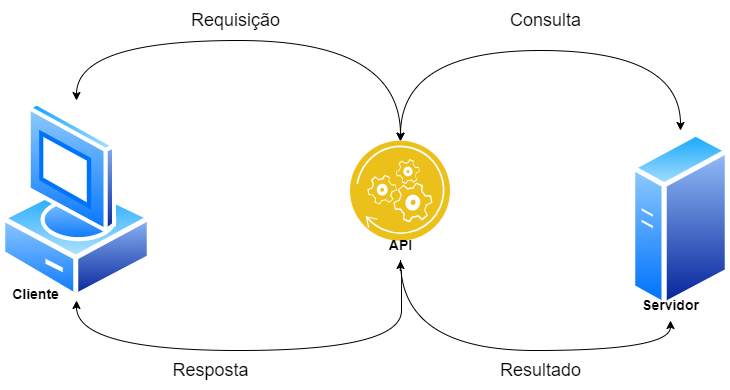
Above: API.png in Kelvin-de-Oliveira/Tarefas-CS (draw.io), before the change. Source tidied: cells renumbered, new cells last; positions are measured from the earlier drawing's top-left corner, leaving out a move shared by most shapes. Its diagram source:
```xml
<mxGraphModel>
  <root>
    <mxCell id="0" />
    <mxCell id="1" parent="0" />
    <mxCell id="2" style="image;perimeter=ellipsePerimeter;html=1;align=center;shadow=0;dashed=0;spacingTop=3;image=img/lib/active_directory/vista_client.svg;" parent="1" vertex="1">
      <mxGeometry y="100" width="152" height="200" as="geometry" />
    </mxCell>
    <mxCell id="3" style="image;perimeter=ellipsePerimeter;html=1;align=center;shadow=0;dashed=0;spacingTop=3;image=img/lib/active_directory/generic_server.svg;" parent="1" vertex="1">
      <mxGeometry x="630" y="130" width="100" height="178.6" as="geometry" />
    </mxCell>
    <mxCell id="4" style="edgeStyle=orthogonalEdgeStyle;curved=1;rounded=0;jettySize=auto;html=1;exitX=0.5;exitY=0;exitDx=0;exitDy=0;entryX=0.5;entryY=0;entryDx=0;entryDy=0;startArrow=classic;startFill=1;" parent="1" edge="1" source="7" target="3">
      <mxGeometry relative="1" as="geometry">
        <Array as="points">
          <mxPoint x="400" y="50" />
          <mxPoint x="680" y="50" />
        </Array>
      </mxGeometry>
    </mxCell>
    <mxCell id="5" style="edgeStyle=orthogonalEdgeStyle;curved=1;rounded=0;jettySize=auto;html=1;exitX=0.5;exitY=0;exitDx=0;exitDy=0;entryX=0.5;entryY=0;entryDx=0;entryDy=0;startArrow=classic;startFill=1;" parent="1" edge="1" source="7" target="2">
      <mxGeometry relative="1" as="geometry">
        <Array as="points">
          <mxPoint x="400" y="40" />
          <mxPoint x="76" y="40" />
        </Array>
      </mxGeometry>
    </mxCell>
    <mxCell id="6" style="edgeStyle=orthogonalEdgeStyle;curved=1;rounded=0;jettySize=auto;html=1;entryX=0.5;entryY=1;entryDx=0;entryDy=0;startArrow=classic;startFill=1;exitX=0.5;exitY=1;exitDx=0;exitDy=0;exitPerimeter=0;" parent="1" edge="1" source="15" target="2">
      <mxGeometry relative="1" as="geometry">
        <Array as="points">
          <mxPoint x="400" y="270" />
          <mxPoint x="401" y="270" />
          <mxPoint x="401" y="350" />
          <mxPoint x="76" y="350" />
        </Array>
      </mxGeometry>
    </mxCell>
    <mxCell id="7" style="image;perimeter=ellipsePerimeter;html=1;align=center;shadow=0;dashed=0;fontColor=#4277BB;labelBackgroundColor=default;fontSize=12;spacingTop=3;image=img/lib/ibm/applications/api_polyglot_runtimes.svg;" parent="1" vertex="1">
      <mxGeometry x="350" y="140.7" width="100" height="100" as="geometry" />
    </mxCell>
    <mxCell id="8" value="&lt;font style=&quot;font-size: 18px;&quot;&gt;Requisição&lt;/font&gt;" style="text;html=1;align=center;verticalAlign=middle;strokeColor=none;fillColor=none;" parent="1" vertex="1">
      <mxGeometry x="180" width="110" height="40" as="geometry" />
    </mxCell>
    <mxCell id="9" value="&lt;font style=&quot;font-size: 18px;&quot;&gt;Consulta&lt;/font&gt;" style="text;html=1;align=center;verticalAlign=middle;strokeColor=none;fillColor=none;" parent="1" vertex="1">
      <mxGeometry x="500" width="90" height="40" as="geometry" />
    </mxCell>
    <mxCell id="10" value="&lt;font style=&quot;font-size: 18px;&quot;&gt;Resultado&lt;/font&gt;" style="text;html=1;align=center;verticalAlign=middle;strokeColor=none;fillColor=none;" parent="1" vertex="1">
      <mxGeometry x="490" y="350" width="100" height="40" as="geometry" />
    </mxCell>
    <mxCell id="11" value="&lt;font style=&quot;font-size: 18px;&quot;&gt;Resposta&lt;/font&gt;" style="text;html=1;align=center;verticalAlign=middle;strokeColor=none;fillColor=none;" parent="1" vertex="1">
      <mxGeometry x="160" y="350" width="100" height="40" as="geometry" />
    </mxCell>
    <mxCell id="12" style="edgeStyle=orthogonalEdgeStyle;curved=1;rounded=0;jettySize=auto;html=1;exitX=0.5;exitY=1;exitDx=0;exitDy=0;entryX=0.5;entryY=1;entryDx=0;entryDy=0;startArrow=none;startFill=0;exitPerimeter=0;" parent="1" edge="1" source="15" target="13">
      <mxGeometry relative="1" as="geometry">
        <Array as="points">
          <mxPoint x="400" y="350" />
          <mxPoint x="670" y="350" />
        </Array>
      </mxGeometry>
    </mxCell>
    <mxCell id="13" value="&lt;font style=&quot;font-size: 14px;&quot;&gt;&lt;b style=&quot;&quot;&gt;Servidor&lt;/b&gt;&lt;/font&gt;" style="text;html=1;align=center;verticalAlign=middle;points=[];" parent="1" vertex="1">
      <mxGeometry x="630" y="290" width="80" height="30" as="geometry" />
    </mxCell>
    <mxCell id="14" value="&lt;font style=&quot;font-size: 14px;&quot;&gt;&lt;b style=&quot;&quot;&gt;Cliente&lt;/b&gt;&lt;/font&gt;" style="text;html=1;align=center;verticalAlign=middle;" parent="1" vertex="1">
      <mxGeometry y="278.6" width="70" height="30" as="geometry" />
    </mxCell>
    <mxCell id="15" value="&lt;font style=&quot;font-size: 14px;&quot;&gt;&lt;b style=&quot;&quot;&gt;API&lt;/b&gt;&lt;/font&gt;" style="text;html=1;align=center;verticalAlign=middle;points=[];" parent="1" vertex="1">
      <mxGeometry x="375" y="230" width="50" height="30" as="geometry" />
    </mxCell>
  </root>
</mxGraphModel>
```
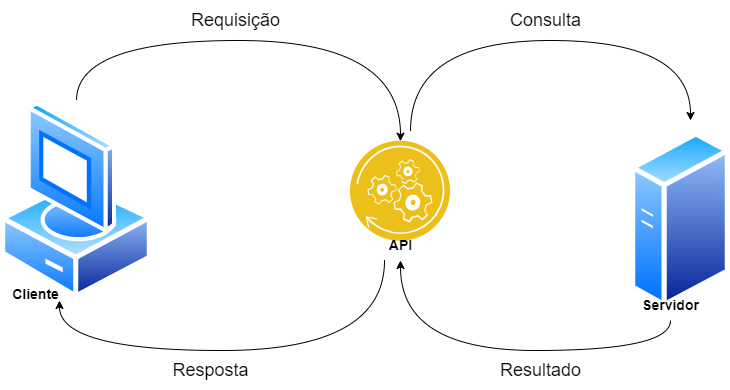
The same diagram one commit later.

Commit message:
Atualização1  tarefa

The edit, as a diff of the source:
```diff
@@ -8,15 +8,17 @@
     <mxCell id="3" style="image;perimeter=ellipsePerimeter;html=1;align=center;shadow=0;dashed=0;spacingTop=3;image=img/lib/active_directory/generic_server.svg;" parent="1" vertex="1">
       <mxGeometry x="630" y="130" width="100" height="178.6" as="geometry" />
     </mxCell>
-    <mxCell id="4" style="edgeStyle=orthogonalEdgeStyle;curved=1;rounded=0;jettySize=auto;html=1;exitX=0.5;exitY=0;exitDx=0;exitDy=0;entryX=0.5;entryY=0;entryDx=0;entryDy=0;startArrow=classic;startFill=1;" parent="1" edge="1" source="7" target="3">
+    <mxCell id="4" style="edgeStyle=orthogonalEdgeStyle;curved=1;rounded=0;orthogonalLoop=1;jettySize=auto;html=1;exitX=0.5;exitY=0;exitDx=0;exitDy=0;entryX=0.5;entryY=0;entryDx=0;entryDy=0;startArrow=none;startFill=0;" parent="1" edge="1">
       <mxGeometry relative="1" as="geometry">
+        <mxPoint x="410" y="130.7" as="sourcePoint" />
+        <mxPoint x="690" y="120" as="targetPoint" />
         <Array as="points">
-          <mxPoint x="400" y="50" />
-          <mxPoint x="680" y="50" />
+          <mxPoint x="410" y="40" />
+          <mxPoint x="690" y="40" />
         </Array>
       </mxGeometry>
     </mxCell>
-    <mxCell id="5" style="edgeStyle=orthogonalEdgeStyle;curved=1;rounded=0;jettySize=auto;html=1;exitX=0.5;exitY=0;exitDx=0;exitDy=0;entryX=0.5;entryY=0;entryDx=0;entryDy=0;startArrow=classic;startFill=1;" parent="1" edge="1" source="7" target="2">
+    <mxCell id="5" style="edgeStyle=orthogonalEdgeStyle;curved=1;rounded=0;jettySize=auto;html=1;exitX=0.5;exitY=0;exitDx=0;exitDy=0;entryX=0.5;entryY=0;entryDx=0;entryDy=0;startArrow=classic;startFill=1;endArrow=none;endFill=0;" parent="1" edge="1" source="7" target="2">
       <mxGeometry relative="1" as="geometry">
         <Array as="points">
           <mxPoint x="400" y="40" />
@@ -24,13 +26,12 @@
         </Array>
       </mxGeometry>
     </mxCell>
-    <mxCell id="6" style="edgeStyle=orthogonalEdgeStyle;curved=1;rounded=0;jettySize=auto;html=1;entryX=0.5;entryY=1;entryDx=0;entryDy=0;startArrow=classic;startFill=1;exitX=0.5;exitY=1;exitDx=0;exitDy=0;exitPerimeter=0;" parent="1" edge="1" source="15" target="2">
+    <mxCell id="6" style="edgeStyle=orthogonalEdgeStyle;curved=1;rounded=0;jettySize=auto;html=1;entryX=0.5;entryY=1;entryDx=0;entryDy=0;startArrow=none;startFill=0;endArrow=classic;endFill=1;" parent="1" edge="1" source="15">
       <mxGeometry relative="1" as="geometry">
+        <mxPoint x="59" y="300" as="targetPoint" />
         <Array as="points">
-          <mxPoint x="400" y="270" />
-          <mxPoint x="401" y="270" />
-          <mxPoint x="401" y="350" />
-          <mxPoint x="76" y="350" />
+          <mxPoint x="384" y="350" />
+          <mxPoint x="59" y="350" />
         </Array>
       </mxGeometry>
     </mxCell>
@@ -49,7 +50,7 @@
     <mxCell id="11" value="&lt;font style=&quot;font-size: 18px;&quot;&gt;Resposta&lt;/font&gt;" style="text;html=1;align=center;verticalAlign=middle;strokeColor=none;fillColor=none;" parent="1" vertex="1">
       <mxGeometry x="160" y="350" width="100" height="40" as="geometry" />
     </mxCell>
-    <mxCell id="12" style="edgeStyle=orthogonalEdgeStyle;curved=1;rounded=0;jettySize=auto;html=1;exitX=0.5;exitY=1;exitDx=0;exitDy=0;entryX=0.5;entryY=1;entryDx=0;entryDy=0;startArrow=none;startFill=0;exitPerimeter=0;" parent="1" edge="1" source="15" target="13">
+    <mxCell id="12" style="edgeStyle=orthogonalEdgeStyle;curved=1;rounded=0;jettySize=auto;html=1;exitX=0.5;exitY=1;exitDx=0;exitDy=0;entryX=0.5;entryY=1;entryDx=0;entryDy=0;startArrow=classic;startFill=1;exitPerimeter=0;endArrow=none;endFill=0;" parent="1" edge="1" source="15" target="13">
       <mxGeometry relative="1" as="geometry">
         <Array as="points">
           <mxPoint x="400" y="350" />
```
